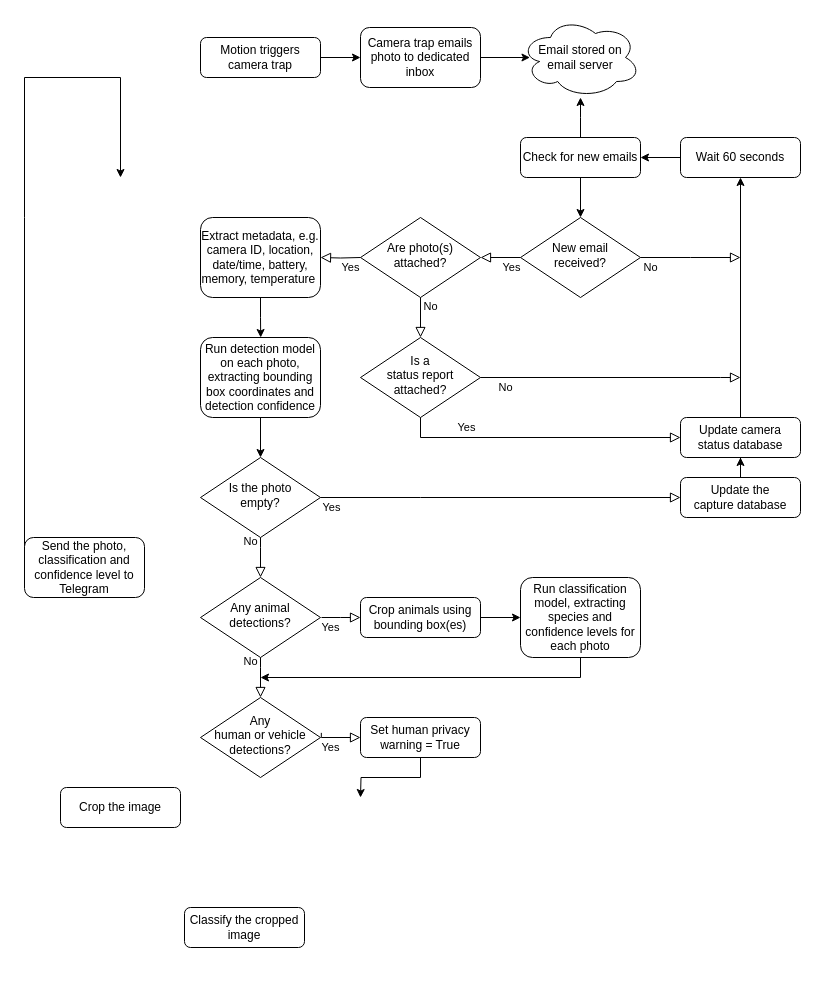
Earlier version of the draw.io diagram assets/Untitled Diagram.drawio (ratsakatika/camera-traps). Source tidied: cells renumbered, new cells numbered last; positions are measured from the earlier drawing's top-left corner, leaving out a move shared by most shapes. Both pictures are drawn from the tidied source at 100%, with x=0, y=0 at pixel (24, 17).
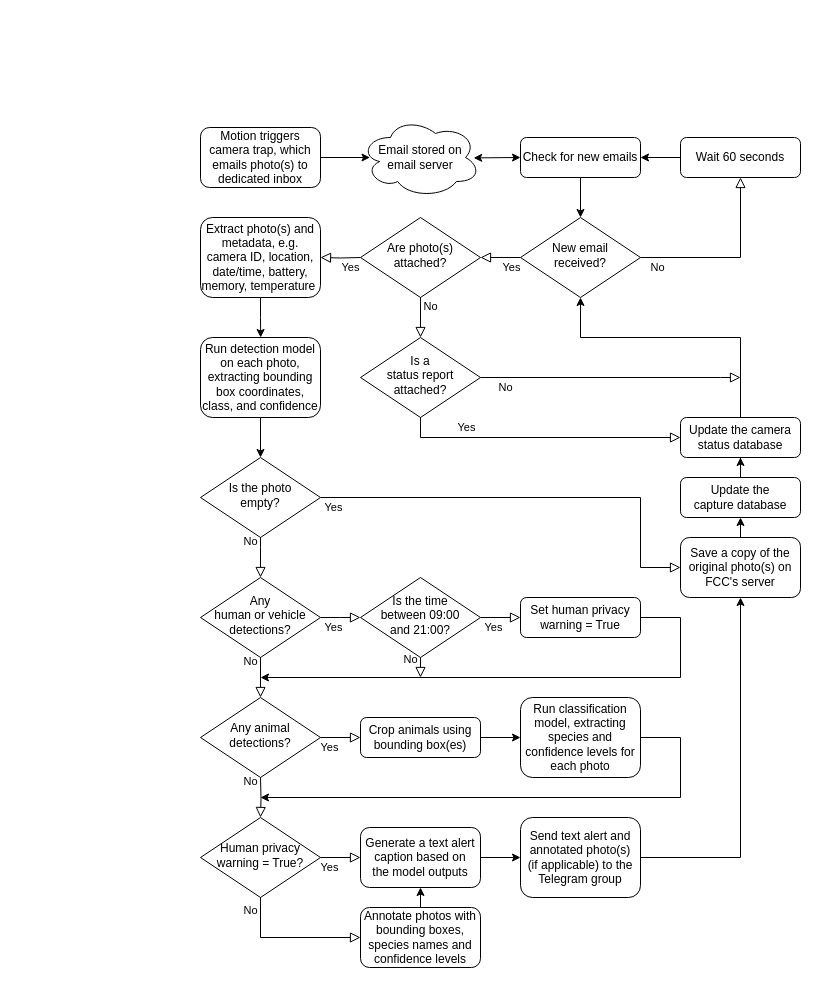
The same diagram, later.

Unchanged cells that the change refers to:
```xml
<mxCell id="4" value="New email received?" style="rhombus;whiteSpace=wrap;html=1;shadow=0;fontFamily=Helvetica;fontSize=12;align=center;strokeWidth=1;spacing=6;spacingTop=-4;" parent="1" vertex="1">
  <mxGeometry x="496" y="200" width="120" height="80" as="geometry" />
</mxCell>
<mxCell id="6" value="Wait 60 seconds" style="rounded=1;whiteSpace=wrap;html=1;fontSize=12;glass=0;strokeWidth=1;shadow=0;" parent="1" vertex="1">
  <mxGeometry x="656" y="120" width="120" height="40" as="geometry" />
</mxCell>
<mxCell id="13" value="Check for new emails" style="rounded=1;whiteSpace=wrap;html=1;fontSize=12;glass=0;strokeWidth=1;shadow=0;" parent="1" vertex="1">
  <mxGeometry x="496" y="120" width="120" height="40" as="geometry" />
</mxCell>
<mxCell id="39" value="Is the photo&lt;div&gt;empty?&lt;/div&gt;" style="rhombus;whiteSpace=wrap;html=1;shadow=0;fontFamily=Helvetica;fontSize=12;align=center;strokeWidth=1;spacing=6;spacingTop=-4;" parent="1" vertex="1">
  <mxGeometry x="176" y="440" width="120" height="80" as="geometry" />
</mxCell>
<mxCell id="42" value="Update the capture&amp;nbsp;database" style="rounded=1;whiteSpace=wrap;html=1;fontSize=12;glass=0;strokeWidth=1;shadow=0;" parent="1" vertex="1">
  <mxGeometry x="656" y="460" width="120" height="40" as="geometry" />
</mxCell>
```

What changed in the source:
```diff
@@
-    <mxCell id="2" style="edgeStyle=orthogonalEdgeStyle;rounded=0;jettySize=auto;html=1;exitX=1;exitY=0.5;exitDx=0;exitDy=0;entryX=0;entryY=0.5;entryDx=0;entryDy=0;" parent="1" edge="1" source="3" target="10">
-      <mxGeometry relative="1" as="geometry" />
-    </mxCell>
-    <mxCell id="3" value="Motion triggers camera trap" style="rounded=1;whiteSpace=wrap;html=1;fontSize=12;glass=0;strokeWidth=1;shadow=0;" parent="1" vertex="1">
-      <mxGeometry x="176" y="20" width="120" height="40" as="geometry" />
-    </mxCell>
@@
-    <mxCell id="7" value="No" style="edgeStyle=orthogonalEdgeStyle;rounded=0;html=1;jettySize=auto;fontSize=11;endArrow=block;endFill=0;endSize=8;strokeWidth=1;shadow=0;labelBackgroundColor=none;exitX=1;exitY=0.5;exitDx=0;exitDy=0;" parent="1" edge="1" source="4">
-      <mxGeometry x="-0.81" y="-10" relative="1" as="geometry">
-        <mxPoint x="716" y="240" as="targetPoint" />
-      </mxGeometry>
+    <mxCell id="7" value="No" style="edgeStyle=orthogonalEdgeStyle;rounded=0;html=1;jettySize=auto;fontSize=11;endArrow=block;endFill=0;endSize=8;strokeWidth=1;shadow=0;labelBackgroundColor=none;exitX=1;exitY=0.5;exitDx=0;exitDy=0;entryX=0.5;entryY=1;entryDx=0;entryDy=0;" parent="1" edge="1" source="4" target="6">
+      <mxGeometry x="-0.81" y="-10" relative="1" as="geometry" />
     </mxCell>
-    <mxCell id="8" style="edgeStyle=orthogonalEdgeStyle;rounded=0;jettySize=auto;html=1;exitX=0;exitY=0.5;exitDx=0;exitDy=0;" parent="1" edge="1" source="9">
-      <mxGeometry relative="1" as="geometry">
-        <mxPoint x="96" y="160" as="targetPoint" />
-        <Array as="points">
-          <mxPoint y="200" />
-          <mxPoint y="60" />
-          <mxPoint x="560" y="60" />
-        </Array>
-      </mxGeometry>
-    </mxCell>
-    <mxCell id="9" value="Send the photo, classification and confidence level to Telegram" style="rounded=1;whiteSpace=wrap;html=1;fontSize=12;glass=0;strokeWidth=1;shadow=0;" parent="1" vertex="1">
-      <mxGeometry y="520" width="120" height="60" as="geometry" />
-    </mxCell>
-    <mxCell id="10" value="Camera trap emails photo to dedicated inbox" style="rounded=1;whiteSpace=wrap;html=1;fontSize=12;glass=0;strokeWidth=1;shadow=0;" parent="1" vertex="1">
-      <mxGeometry x="336" y="10" width="120" height="60" as="geometry" />
+    <mxCell id="10" value="Motion triggers camera trap, which emails photo(s) to dedicated inbox" style="rounded=1;whiteSpace=wrap;html=1;fontSize=12;glass=0;strokeWidth=1;shadow=0;" parent="1" vertex="1">
+      <mxGeometry x="176" y="110" width="120" height="60" as="geometry" />
     </mxCell>
     <mxCell id="11" value="Email stored on&lt;br&gt;email server" style="ellipse;shape=cloud;whiteSpace=wrap;html=1;" parent="1" vertex="1">
-      <mxGeometry x="496" width="120" height="80" as="geometry" />
+      <mxGeometry x="336" y="100" width="120" height="80" as="geometry" />
     </mxCell>
@@
-    <mxCell id="15" style="edgeStyle=orthogonalEdgeStyle;rounded=0;jettySize=auto;html=1;exitX=0.5;exitY=0;exitDx=0;exitDy=0;" parent="1" edge="1" source="13">
-      <mxGeometry relative="1" as="geometry">
-        <mxPoint x="556" y="80" as="targetPoint" />
-      </mxGeometry>
-    </mxCell>
@@
-    <mxCell id="17" value="Crop the image" style="rounded=1;whiteSpace=wrap;html=1;fontSize=12;glass=0;strokeWidth=1;shadow=0;" parent="1" vertex="1">
-      <mxGeometry x="36" y="770" width="120" height="40" as="geometry" />
-    </mxCell>
@@
     <mxCell id="19" value="Crop animals using bounding box(es)" style="rounded=1;whiteSpace=wrap;html=1;fontSize=12;glass=0;strokeWidth=1;shadow=0;" parent="1" vertex="1">
-      <mxGeometry x="336" y="580" width="120" height="40" as="geometry" />
+      <mxGeometry x="336" y="700" width="120" height="40" as="geometry" />
     </mxCell>
-    <mxCell id="20" style="edgeStyle=orthogonalEdgeStyle;rounded=0;jettySize=auto;html=1;exitX=0.5;exitY=1;exitDx=0;exitDy=0;" parent="1" edge="1" source="21">
+    <mxCell id="20" style="edgeStyle=orthogonalEdgeStyle;rounded=0;jettySize=auto;html=1;exitX=1;exitY=0.5;exitDx=0;exitDy=0;" parent="1" edge="1" source="21">
       <mxGeometry relative="1" as="geometry">
-        <mxPoint x="336" y="780" as="targetPoint" />
+        <mxPoint x="236" y="660" as="targetPoint" />
+        <Array as="points">
+          <mxPoint x="656" y="600" />
+          <mxPoint x="656" y="660" />
+          <mxPoint x="236" y="660" />
+        </Array>
       </mxGeometry>
     </mxCell>
     <mxCell id="21" value="Set human privacy warning = True" style="rounded=1;whiteSpace=wrap;html=1;fontSize=12;glass=0;strokeWidth=1;shadow=0;" parent="1" vertex="1">
-      <mxGeometry x="336" y="700" width="120" height="40" as="geometry" />
+      <mxGeometry x="496" y="580" width="120" height="40" as="geometry" />
     </mxCell>
-    <mxCell id="22" value="Classify the cropped image" style="rounded=1;whiteSpace=wrap;html=1;fontSize=12;glass=0;strokeWidth=1;shadow=0;" parent="1" vertex="1">
-      <mxGeometry x="160" y="890" width="120" height="40" as="geometry" />
-    </mxCell>
@@
-    <mxCell id="26" style="edgeStyle=orthogonalEdgeStyle;rounded=0;jettySize=auto;html=1;entryX=0.5;entryY=1;entryDx=0;entryDy=0;exitX=0.5;exitY=0;exitDx=0;exitDy=0;" parent="1" edge="1" source="27" target="6">
-      <mxGeometry relative="1" as="geometry" />
+    <mxCell id="26" style="edgeStyle=orthogonalEdgeStyle;rounded=0;jettySize=auto;html=1;exitX=0.5;exitY=0;exitDx=0;exitDy=0;entryX=0.5;entryY=1;entryDx=0;entryDy=0;" parent="1" edge="1" source="27" target="4">
+      <mxGeometry relative="1" as="geometry">
+        <Array as="points">
+          <mxPoint x="716" y="320" />
+          <mxPoint x="556" y="320" />
+        </Array>
+      </mxGeometry>
     </mxCell>
-    <mxCell id="27" value="Update camera&lt;br&gt;status database" style="rounded=1;whiteSpace=wrap;html=1;fontSize=12;glass=0;strokeWidth=1;shadow=0;" parent="1" vertex="1">
+    <mxCell id="27" value="Update the camera&lt;br&gt;status database" style="rounded=1;whiteSpace=wrap;html=1;fontSize=12;glass=0;strokeWidth=1;shadow=0;" parent="1" vertex="1">
       <mxGeometry x="656" y="400" width="120" height="40" as="geometry" />
     </mxCell>
@@
-    <mxCell id="31" value="Extract metadata, e.g. camera ID, location, date/time, battery, memory, temperature&amp;nbsp;" style="rounded=1;whiteSpace=wrap;html=1;fontSize=12;glass=0;strokeWidth=1;shadow=0;" parent="1" vertex="1">
+    <mxCell id="31" value="Extract photo(s) and metadata, e.g. camera ID, location, date/time, battery, memory, temperature&amp;nbsp;" style="rounded=1;whiteSpace=wrap;html=1;fontSize=12;glass=0;strokeWidth=1;shadow=0;" parent="1" vertex="1">
       <mxGeometry x="176" y="200" width="120" height="80" as="geometry" />
     </mxCell>
@@
-    <mxCell id="34" value="Run detection model on each photo, extracting bounding box coordinates and detection confidence" style="rounded=1;whiteSpace=wrap;html=1;fontSize=12;glass=0;strokeWidth=1;shadow=0;" parent="1" vertex="1">
+    <mxCell id="34" value="Run detection model on each photo, extracting bounding box coordinates, class, and confidence" style="rounded=1;whiteSpace=wrap;html=1;fontSize=12;glass=0;strokeWidth=1;shadow=0;" parent="1" vertex="1">
       <mxGeometry x="176" y="320" width="120" height="80" as="geometry" />
     </mxCell>
     <mxCell id="35" value="Any animal detections?" style="rhombus;whiteSpace=wrap;html=1;shadow=0;fontFamily=Helvetica;fontSize=12;align=center;strokeWidth=1;spacing=6;spacingTop=-4;" parent="1" vertex="1">
-      <mxGeometry x="176" y="560" width="120" height="80" as="geometry" />
+      <mxGeometry x="176" y="680" width="120" height="80" as="geometry" />
     </mxCell>
     <mxCell id="36" value="Any&lt;br&gt;human or vehicle&lt;br&gt;detections?" style="rhombus;whiteSpace=wrap;html=1;shadow=0;fontFamily=Helvetica;fontSize=12;align=center;strokeWidth=1;spacing=6;spacingTop=-4;" parent="1" vertex="1">
-      <mxGeometry x="176" y="680" width="120" height="80" as="geometry" />
+      <mxGeometry x="176" y="560" width="120" height="80" as="geometry" />
     </mxCell>
-    <mxCell id="37" style="edgeStyle=orthogonalEdgeStyle;rounded=0;jettySize=auto;html=1;exitX=0.5;exitY=1;exitDx=0;exitDy=0;" parent="1" edge="1" source="38">
+    <mxCell id="37" style="edgeStyle=orthogonalEdgeStyle;rounded=0;jettySize=auto;html=1;exitX=1;exitY=0.5;exitDx=0;exitDy=0;" parent="1" edge="1" source="38">
       <mxGeometry relative="1" as="geometry">
-        <mxPoint x="236" y="660" as="targetPoint" />
+        <mxPoint x="236" y="780" as="targetPoint" />
         <Array as="points">
-          <mxPoint x="556" y="660" />
+          <mxPoint x="656" y="720" />
+          <mxPoint x="656" y="780" />
         </Array>
       </mxGeometry>
     </mxCell>
     <mxCell id="38" value="Run classification model, extracting species and confidence levels for each photo" style="rounded=1;whiteSpace=wrap;html=1;fontSize=12;glass=0;strokeWidth=1;shadow=0;" parent="1" vertex="1">
-      <mxGeometry x="496" y="560" width="120" height="80" as="geometry" />
+      <mxGeometry x="496" y="680" width="120" height="80" as="geometry" />
     </mxCell>
@@
-    <mxCell id="40" value="Yes" style="edgeStyle=orthogonalEdgeStyle;rounded=0;html=1;jettySize=auto;fontSize=11;endArrow=block;endFill=0;endSize=8;strokeWidth=1;shadow=0;labelBackgroundColor=none;exitX=1;exitY=0.5;exitDx=0;exitDy=0;entryX=0;entryY=0.5;entryDx=0;entryDy=0;" parent="1" edge="1" source="39" target="42">
+    <mxCell id="40" value="Yes" style="edgeStyle=orthogonalEdgeStyle;rounded=0;html=1;jettySize=auto;fontSize=11;endArrow=block;endFill=0;endSize=8;strokeWidth=1;shadow=0;labelBackgroundColor=none;exitX=1;exitY=0.5;exitDx=0;exitDy=0;entryX=0;entryY=0.5;entryDx=0;entryDy=0;" parent="1" edge="1" source="39" target="62">
       <mxGeometry x="-0.94" y="-10" relative="1" as="geometry">
         <Array as="points">
-          <mxPoint x="396" y="480" />
-          <mxPoint x="396" y="480" />
+          <mxPoint x="616" y="480" />
+          <mxPoint x="616" y="550" />
         </Array>
       </mxGeometry>
     </mxCell>
@@
-    <mxCell id="44" value="No" style="edgeStyle=orthogonalEdgeStyle;rounded=0;html=1;jettySize=auto;fontSize=11;endArrow=block;endFill=0;endSize=8;strokeWidth=1;shadow=0;labelBackgroundColor=none;exitX=0.5;exitY=1;exitDx=0;exitDy=0;entryX=0.5;entryY=0;entryDx=0;entryDy=0;" parent="1" edge="1" source="39" target="35">
+    <mxCell id="44" value="No" style="edgeStyle=orthogonalEdgeStyle;rounded=0;html=1;jettySize=auto;fontSize=11;endArrow=block;endFill=0;endSize=8;strokeWidth=1;shadow=0;labelBackgroundColor=none;exitX=0.5;exitY=1;exitDx=0;exitDy=0;entryX=0.5;entryY=0;entryDx=0;entryDy=0;" parent="1" edge="1" source="39" target="36">
       <mxGeometry x="-0.81" y="-10" relative="1" as="geometry">
         <Array as="points">
-          <mxPoint x="236" y="530" />
           <mxPoint x="236" y="530" />
         </Array>
       </mxGeometry>
     </mxCell>
-    <mxCell id="45" value="No" style="edgeStyle=orthogonalEdgeStyle;rounded=0;html=1;jettySize=auto;orthogonalLoop=1;fontSize=11;endArrow=block;endFill=0;endSize=8;strokeWidth=1;shadow=0;labelBackgroundColor=none;exitX=0.5;exitY=1;exitDx=0;exitDy=0;entryX=0.5;entryY=0;entryDx=0;entryDy=0;" parent="1" edge="1">
-      <mxGeometry x="-0.81" y="-10" relative="1" as="geometry">
-        <mxPoint x="236" y="640" as="sourcePoint" />
-        <mxPoint x="236" y="680" as="targetPoint" />
-        <Array as="points">
-          <mxPoint x="236" y="650" />
-          <mxPoint x="236" y="650" />
-        </Array>
-      </mxGeometry>
+    <mxCell id="45" value="No" style="edgeStyle=orthogonalEdgeStyle;rounded=0;html=1;jettySize=auto;fontSize=11;endArrow=block;endFill=0;endSize=8;strokeWidth=1;shadow=0;labelBackgroundColor=none;exitX=0.5;exitY=1;exitDx=0;exitDy=0;entryX=0.5;entryY=0;entryDx=0;entryDy=0;" parent="1" edge="1" source="36" target="35">
+      <mxGeometry x="-0.81" y="-10" relative="1" as="geometry" />
     </mxCell>
-    <mxCell id="46" value="Yes" style="edgeStyle=orthogonalEdgeStyle;rounded=0;html=1;jettySize=auto;fontSize=11;endArrow=block;endFill=0;endSize=8;strokeWidth=1;shadow=0;labelBackgroundColor=none;entryX=0;entryY=0.5;entryDx=0;entryDy=0;" parent="1" edge="1" target="19">
-      <mxGeometry x="-0.54" y="-10" relative="1" as="geometry">
-        <mxPoint x="297" y="600" as="sourcePoint" />
-        <Array as="points">
-          <mxPoint x="316" y="600" />
-          <mxPoint x="316" y="600" />
-        </Array>
-      </mxGeometry>
+    <mxCell id="46" value="Yes" style="edgeStyle=orthogonalEdgeStyle;rounded=0;html=1;jettySize=auto;fontSize=11;endArrow=block;endFill=0;endSize=8;strokeWidth=1;shadow=0;labelBackgroundColor=none;entryX=0;entryY=0.5;entryDx=0;entryDy=0;exitX=1;exitY=0.5;exitDx=0;exitDy=0;" parent="1" edge="1" source="35" target="19">
+      <mxGeometry x="-0.54" y="-10" relative="1" as="geometry" />
     </mxCell>
-    <mxCell id="47" value="Yes" style="edgeStyle=orthogonalEdgeStyle;rounded=0;html=1;jettySize=auto;fontSize=11;endArrow=block;endFill=0;endSize=8;strokeWidth=1;shadow=0;labelBackgroundColor=none;entryX=0;entryY=0.5;entryDx=0;entryDy=0;exitX=1.007;exitY=0.442;exitDx=0;exitDy=0;exitPerimeter=0;" parent="1" edge="1" source="36" target="21">
+    <mxCell id="47" value="Yes" style="edgeStyle=orthogonalEdgeStyle;rounded=0;html=1;jettySize=auto;fontSize=11;endArrow=block;endFill=0;endSize=8;strokeWidth=1;shadow=0;labelBackgroundColor=none;exitX=1;exitY=0.5;exitDx=0;exitDy=0;" parent="1" edge="1" source="36">
       <mxGeometry x="-0.37" y="-10" relative="1" as="geometry">
-        <Array as="points">
-          <mxPoint x="297" y="720" />
-        </Array>
+        <mxPoint x="336" y="600" as="targetPoint" />
       </mxGeometry>
     </mxCell>
+    <mxCell id="48" value="Is the time&lt;div&gt;between 09:00&lt;/div&gt;&lt;div&gt;and 21:00?&lt;/div&gt;" style="rhombus;whiteSpace=wrap;html=1;shadow=0;fontFamily=Helvetica;fontSize=12;align=center;strokeWidth=1;spacing=6;spacingTop=-4;" parent="1" vertex="1">
+      <mxGeometry x="336" y="560" width="120" height="80" as="geometry" />
+    </mxCell>
+    <mxCell id="49" value="Yes" style="edgeStyle=orthogonalEdgeStyle;rounded=0;html=1;jettySize=auto;fontSize=11;endArrow=block;endFill=0;endSize=8;strokeWidth=1;shadow=0;labelBackgroundColor=none;exitX=1;exitY=0.5;exitDx=0;exitDy=0;entryX=0;entryY=0.5;entryDx=0;entryDy=0;" parent="1" edge="1" source="48" target="21">
+      <mxGeometry x="-0.37" y="-10" relative="1" as="geometry" />
+    </mxCell>
+    <mxCell id="50" value="No" style="edgeStyle=orthogonalEdgeStyle;rounded=0;html=1;jettySize=auto;fontSize=11;endArrow=block;endFill=0;endSize=8;strokeWidth=1;shadow=0;labelBackgroundColor=none;exitX=0.5;exitY=1;exitDx=0;exitDy=0;" parent="1" edge="1" source="48">
+      <mxGeometry x="-0.81" y="-10" relative="1" as="geometry">
+        <mxPoint x="396" y="660" as="targetPoint" />
+      </mxGeometry>
+    </mxCell>
+    <mxCell id="51" value="Human privacy warning = True?" style="rhombus;whiteSpace=wrap;html=1;shadow=0;fontFamily=Helvetica;fontSize=12;align=center;strokeWidth=1;spacing=6;spacingTop=-4;" parent="1" vertex="1">
+      <mxGeometry x="176" y="800" width="120" height="80" as="geometry" />
+    </mxCell>
+    <mxCell id="52" value="No" style="edgeStyle=orthogonalEdgeStyle;rounded=0;html=1;jettySize=auto;fontSize=11;endArrow=block;endFill=0;endSize=8;strokeWidth=1;shadow=0;labelBackgroundColor=none;entryX=0.5;entryY=0;entryDx=0;entryDy=0;" parent="1" edge="1" target="51">
+      <mxGeometry x="-0.81" y="-10" relative="1" as="geometry">
+        <mxPoint x="236" y="760" as="sourcePoint" />
+      </mxGeometry>
+    </mxCell>
+    <mxCell id="53" value="No" style="edgeStyle=orthogonalEdgeStyle;rounded=0;html=1;jettySize=auto;fontSize=11;endArrow=block;endFill=0;endSize=8;strokeWidth=1;shadow=0;labelBackgroundColor=none;entryX=0;entryY=0.5;entryDx=0;entryDy=0;" parent="1" edge="1" target="55">
+      <mxGeometry x="-0.81" y="-10" relative="1" as="geometry">
+        <mxPoint x="236" y="880" as="sourcePoint" />
+        <Array as="points">
+          <mxPoint x="236" y="920" />
+        </Array>
+      </mxGeometry>
+    </mxCell>
+    <mxCell id="54" style="edgeStyle=orthogonalEdgeStyle;rounded=0;jettySize=auto;html=1;exitX=0.5;exitY=0;exitDx=0;exitDy=0;entryX=0.5;entryY=1;entryDx=0;entryDy=0;" parent="1" edge="1" source="55" target="57">
+      <mxGeometry relative="1" as="geometry" />
+    </mxCell>
+    <mxCell id="55" value="Annotate photos with bounding boxes, species names and confidence levels" style="rounded=1;whiteSpace=wrap;html=1;fontSize=12;glass=0;strokeWidth=1;shadow=0;" parent="1" vertex="1">
+      <mxGeometry x="336" y="890" width="120" height="60" as="geometry" />
+    </mxCell>
+    <mxCell id="56" style="edgeStyle=orthogonalEdgeStyle;rounded=0;jettySize=auto;html=1;exitX=1;exitY=0.5;exitDx=0;exitDy=0;entryX=0;entryY=0.5;entryDx=0;entryDy=0;" parent="1" edge="1" source="57" target="60">
+      <mxGeometry relative="1" as="geometry" />
+    </mxCell>
+    <mxCell id="57" value="Generate a text alert caption based on&lt;br&gt;the model outputs" style="rounded=1;whiteSpace=wrap;html=1;fontSize=12;glass=0;strokeWidth=1;shadow=0;" parent="1" vertex="1">
+      <mxGeometry x="336" y="810" width="120" height="60" as="geometry" />
+    </mxCell>
+    <mxCell id="58" value="Yes" style="edgeStyle=orthogonalEdgeStyle;rounded=0;html=1;jettySize=auto;fontSize=11;endArrow=block;endFill=0;endSize=8;strokeWidth=1;shadow=0;labelBackgroundColor=none;entryX=0;entryY=0.5;entryDx=0;entryDy=0;exitX=1;exitY=0.5;exitDx=0;exitDy=0;" parent="1" edge="1" source="51" target="57">
+      <mxGeometry x="-0.54" y="-10" relative="1" as="geometry" />
+    </mxCell>
+    <mxCell id="59" style="edgeStyle=orthogonalEdgeStyle;rounded=0;jettySize=auto;html=1;exitX=1;exitY=0.5;exitDx=0;exitDy=0;entryX=0.5;entryY=1;entryDx=0;entryDy=0;" parent="1" edge="1" source="60" target="62">
+      <mxGeometry relative="1" as="geometry" />
+    </mxCell>
+    <mxCell id="60" value="Send text alert and annotated photo(s)&lt;br&gt;(if applicable) to the Telegram group" style="rounded=1;whiteSpace=wrap;html=1;fontSize=12;glass=0;strokeWidth=1;shadow=0;" parent="1" vertex="1">
+      <mxGeometry x="496" y="800" width="120" height="80" as="geometry" />
+    </mxCell>
+    <mxCell id="61" style="edgeStyle=orthogonalEdgeStyle;rounded=0;jettySize=auto;html=1;exitX=0.5;exitY=0;exitDx=0;exitDy=0;entryX=0.5;entryY=1;entryDx=0;entryDy=0;" parent="1" edge="1" source="62" target="42">
+      <mxGeometry relative="1" as="geometry" />
+    </mxCell>
+    <mxCell id="62" value="Save a copy of the original photo(s) on FCC's server" style="rounded=1;whiteSpace=wrap;html=1;fontSize=12;glass=0;strokeWidth=1;shadow=0;" parent="1" vertex="1">
+      <mxGeometry x="656" y="520" width="120" height="60" as="geometry" />
+    </mxCell>
+    <mxCell id="63" style="endArrow=classic;startArrow=classic;html=1;rounded=0;entryX=0;entryY=0.5;entryDx=0;entryDy=0;exitX=0.943;exitY=0.505;exitDx=0;exitDy=0;exitPerimeter=0;" parent="1" edge="1" source="11" target="13">
+      <mxGeometry relative="1" as="geometry" />
+    </mxCell>
```
